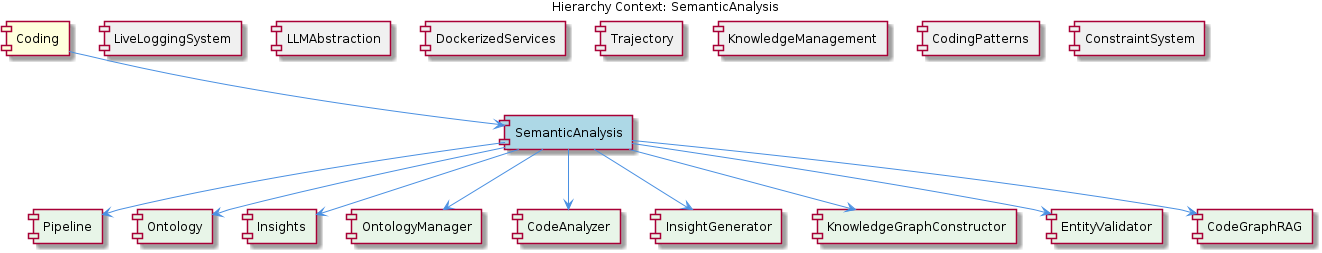
fwornle/coding keeps this PlantUML diagram as knowledge-management/insights/images/semantic-analysis-relationship.png. Above is the earlier version. Its source is kept beside it as .data/knowledge-graph/insights/puml/semantic-analysis-relationship.puml. The source it was exported from:
```plantuml
@startuml
!include _standard-style.puml

title Hierarchy Context: SemanticAnalysis

[Coding] as coding #FFFFDD
[SemanticAnalysis] as semantic_analysis #LightBlue
[LiveLoggingSystem] as live_logging_system #F0F0F0
[LLMAbstraction] as llmabstraction #F0F0F0
[DockerizedServices] as dockerized_services #F0F0F0
[Trajectory] as trajectory #F0F0F0
[KnowledgeManagement] as knowledge_management #F0F0F0
[CodingPatterns] as coding_patterns #F0F0F0
[ConstraintSystem] as constraint_system #F0F0F0
[Pipeline] as pipeline #E8F5E8
[Ontology] as ontology #E8F5E8
[Insights] as insights #E8F5E8
[OntologyManager] as ontology_manager #E8F5E8
[CodeAnalyzer] as code_analyzer #E8F5E8
[InsightGenerator] as insight_generator #E8F5E8
[KnowledgeGraphConstructor] as knowledge_graph_constructor #E8F5E8
[EntityValidator] as entity_validator #E8F5E8
[CodeGraphRAG] as code_graph_rag #E8F5E8

coding --> semantic_analysis
live_logging_system -[hidden]- semantic_analysis
llmabstraction -[hidden]- semantic_analysis
dockerized_services -[hidden]- semantic_analysis
trajectory -[hidden]- semantic_analysis
knowledge_management -[hidden]- semantic_analysis
coding_patterns -[hidden]- semantic_analysis
constraint_system -[hidden]- semantic_analysis
semantic_analysis --> pipeline
semantic_analysis --> ontology
semantic_analysis --> insights
semantic_analysis --> ontology_manager
semantic_analysis --> code_analyzer
semantic_analysis --> insight_generator
semantic_analysis --> knowledge_graph_constructor
semantic_analysis --> entity_validator
semantic_analysis --> code_graph_rag

@enduml
```
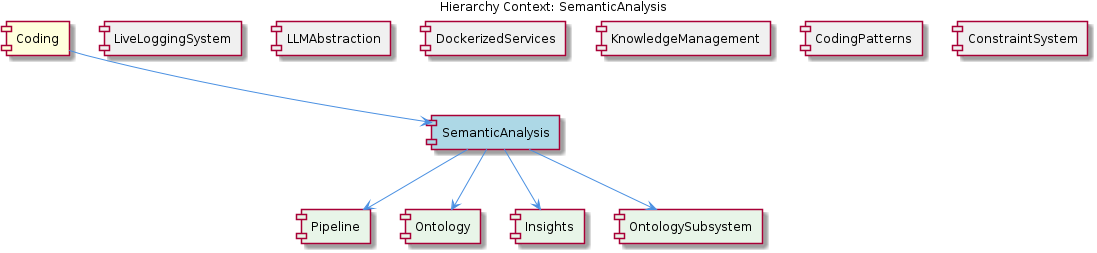
The same diagram one commit later.

Diff of the diagram source:
```diff
@@ -8,36 +8,24 @@
 [LiveLoggingSystem] as live_logging_system #F0F0F0
 [LLMAbstraction] as llmabstraction #F0F0F0
 [DockerizedServices] as dockerized_services #F0F0F0
-[Trajectory] as trajectory #F0F0F0
 [KnowledgeManagement] as knowledge_management #F0F0F0
 [CodingPatterns] as coding_patterns #F0F0F0
 [ConstraintSystem] as constraint_system #F0F0F0
 [Pipeline] as pipeline #E8F5E8
 [Ontology] as ontology #E8F5E8
 [Insights] as insights #E8F5E8
-[OntologyManager] as ontology_manager #E8F5E8
-[CodeAnalyzer] as code_analyzer #E8F5E8
-[InsightGenerator] as insight_generator #E8F5E8
-[KnowledgeGraphConstructor] as knowledge_graph_constructor #E8F5E8
-[EntityValidator] as entity_validator #E8F5E8
-[CodeGraphRAG] as code_graph_rag #E8F5E8
+[OntologySubsystem] as ontology_subsystem #E8F5E8
 
 coding --> semantic_analysis
 live_logging_system -[hidden]- semantic_analysis
 llmabstraction -[hidden]- semantic_analysis
 dockerized_services -[hidden]- semantic_analysis
-trajectory -[hidden]- semantic_analysis
 knowledge_management -[hidden]- semantic_analysis
 coding_patterns -[hidden]- semantic_analysis
 constraint_system -[hidden]- semantic_analysis
 semantic_analysis --> pipeline
 semantic_analysis --> ontology
 semantic_analysis --> insights
-semantic_analysis --> ontology_manager
-semantic_analysis --> code_analyzer
-semantic_analysis --> insight_generator
-semantic_analysis --> knowledge_graph_constructor
-semantic_analysis --> entity_validator
-semantic_analysis --> code_graph_rag
+semantic_analysis --> ontology_subsystem
 
 @enduml
```
